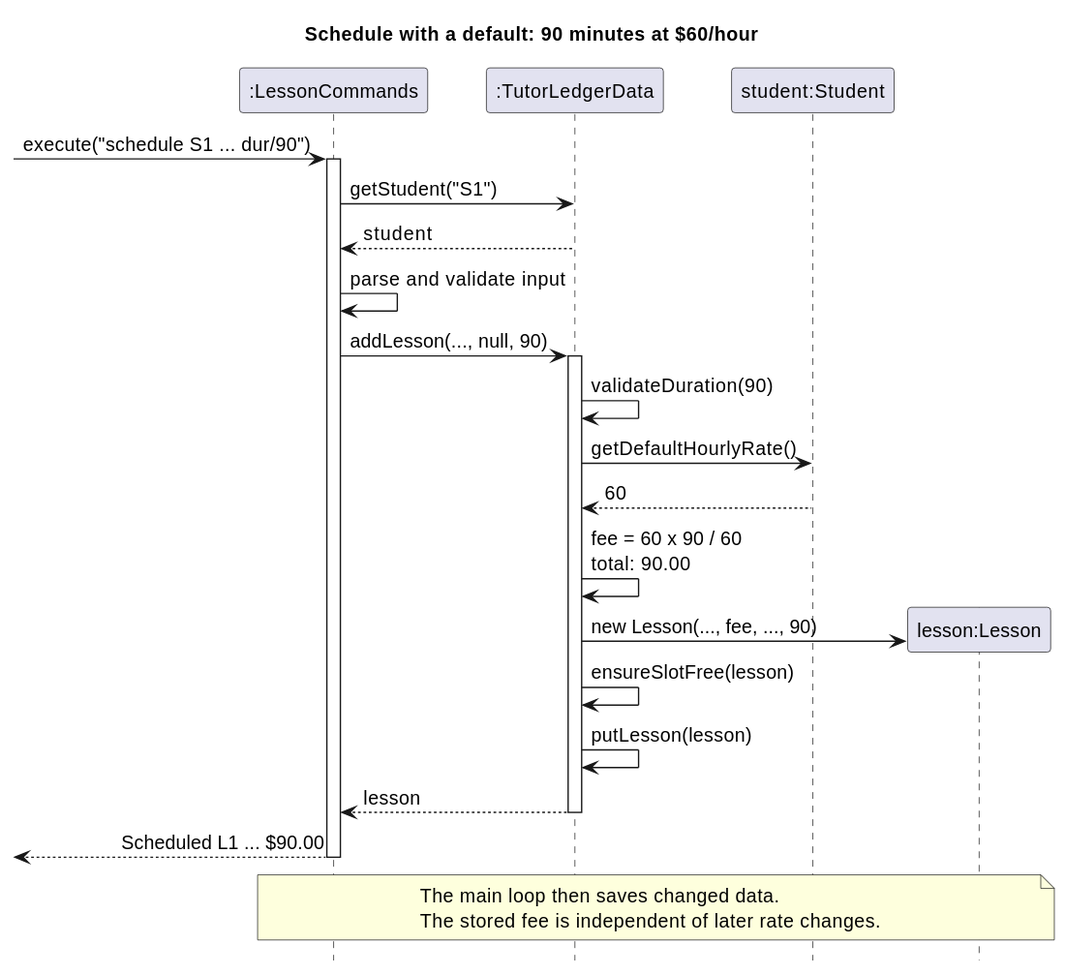
Above: docs/diagrams/hourly-rate-schedule-sequence.svg in AY2627S1-CS2113-W12-2/tp (PlantUML), before the change. Its diagram source:
```plantuml
@startuml
skinparam backgroundColor white
skinparam defaultFontSize 14
skinparam shadowing false
hide footbox
title Schedule with a default: 90 minutes at $60/hour

participant ":LessonCommands" as Commands
participant ":TutorLedgerData" as Data
participant "student:Student" as Student
participant "lesson:Lesson" as Lesson

[-> Commands : execute("schedule S1 ... dur/90")
activate Commands
Commands -> Data : getStudent("S1")
Data --> Commands : student
Commands -> Commands : parse and validate input
Commands -> Data : addLesson(..., null, 90)
activate Data
Data -> Data : validateDuration(90)
Data -> Student : getDefaultHourlyRate()
Student --> Data : 60
Data -> Data : fee = 60 x 90 / 60\ntotal: 90.00
create Lesson
Data -> Lesson : new Lesson(..., fee, ..., 90)
Data -> Data : ensureSlotFree(lesson)
Data -> Data : putLesson(lesson)
Data --> Commands : lesson
deactivate Data
Commands -->[ : Scheduled L1 ... $90.00
deactivate Commands
note over Commands, Lesson
  The main loop then saves changed data.
  The stored fee is independent of later rate changes.
end note
@enduml
```
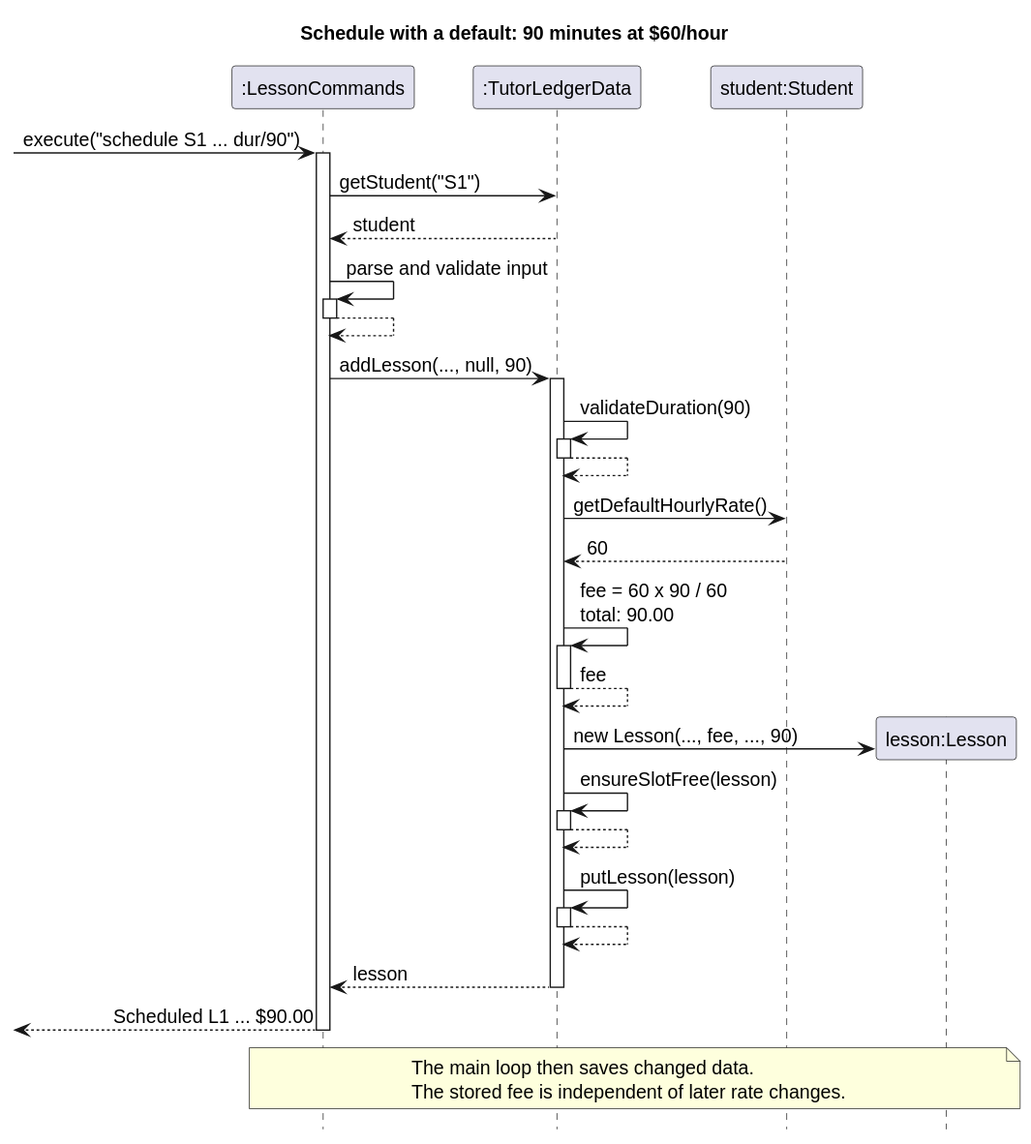
Above is the later version.

Change to the diagram source:
```diff
@@ -15,16 +15,31 @@
 Commands -> Data : getStudent("S1")
 Data --> Commands : student
 Commands -> Commands : parse and validate input
+activate Commands
+Commands --> Commands
+deactivate Commands
 Commands -> Data : addLesson(..., null, 90)
 activate Data
 Data -> Data : validateDuration(90)
+activate Data
+Data --> Data
+deactivate Data
 Data -> Student : getDefaultHourlyRate()
 Student --> Data : 60
 Data -> Data : fee = 60 x 90 / 60\ntotal: 90.00
+activate Data
+Data --> Data : fee
+deactivate Data
 create Lesson
 Data -> Lesson : new Lesson(..., fee, ..., 90)
 Data -> Data : ensureSlotFree(lesson)
+activate Data
+Data --> Data
+deactivate Data
 Data -> Data : putLesson(lesson)
+activate Data
+Data --> Data
+deactivate Data
 Data --> Commands : lesson
 deactivate Data
 Commands -->[ : Scheduled L1 ... $90.00
```
